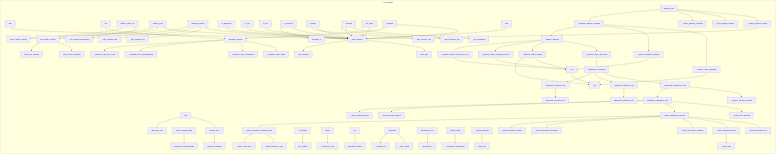
Before: project/calls.png, a diagram exported from Mermaid (pyfunc/taskfile). Its source is kept beside it as project/calls.mmd.
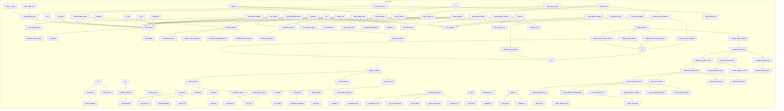
The same file after the commit.

What changed in the source:
```diff
@@ -1,100 +1,142 @@
 flowchart LR
     subgraph src_taskfile
+        src__taskfile__compose__resolve_dict["resolve_dict"]
+        src__taskfile__cli__fleet__fleet_status_cmd["fleet_status_cmd"]
+        src__taskfile__fleet__load_fleet["load_fleet"]
+        src__taskfile__cli__release___get_current_tag["_get_current_tag"]
+        src__taskfile__cli__main__list_tasks["list_tasks"]
+        src__taskfile__quadlet___parse_port["_parse_port"]
+        src___select_deploy_strategy["_select_deploy_strategy"]
         src__taskfile__quadlet___build_container_ports["_build_container_ports"]
-        src___quadlet_step4_restart_and_cleanup["_quadlet_step4_restart_and_cle"]
-        src__taskfile__quadlet___build_container_section["_build_container_section"]
-        src__taskfile__quadlet__generate_container_unit["generate_container_unit"]
-        src__taskfile__runner__TaskfileRunner__run["run"]
+        src__taskfile__cli__auth__auth_setup["auth_setup"]
+        src__taskfile__cli__release___confirm_release["_confirm_release"]
+        src__taskfile__parser__find_taskfile["find_taskfile"]
         src__taskfile__landing__generate_landing_page["generate_landing_page"]
-        src__taskfile__quadlet___build_container_networks["_build_container_networks"]
-        src__generate["generate"]
-        src__taskfile__cli__main__list_tasks["list_tasks"]
-        src__taskfile__runner__TaskfileRunner____init__["__init__"]
-        src__taskfile__compose__load_env_file["load_env_file"]
-        src___parse_pipeline["_parse_pipeline"]
-        src__taskfile__quadlet___build_container_volumes["_build_container_volumes"]
-        src__taskfile__compose__ComposeFile____init__["__init__"]
-        src__taskfile__cli__setup___write_env_files["_write_env_files"]
-        src__taskfile__parser___validate_tasks_exist["_validate_tasks_exist"]
-        src__taskfile__quadlet___parse_port["_parse_port"]
-        src__taskfile__health__check_http_endpoint["check_http_endpoint"]
-        src__generate["generate"]
-        src__taskfile__cigen__generate_all_ci["generate_all_ci"]
-        src__taskfile__parser___validate_task_env_filter["_validate_task_env_filter"]
-        src__taskfile__cigen__base___sanitize_id["_sanitize_id"]
-        src___quadlet_step3_reload_and_pull["_quadlet_step3_reload_and_pull"]
-        src__taskfile__quadlet___generate_container_files["_generate_container_files"]
-        src__taskfile__cigen__generate_ci["generate_ci"]
-        src__taskfile__scaffold__generate_taskfile["generate_taskfile"]
-        src__taskfile__cli__release___get_previous_tag["_get_previous_tag"]
-        src__taskfile__cli__quadlet__quadlet_upload["quadlet_upload"]
-        src__taskfile__health__check_ssh_service["check_ssh_service"]
-        src__taskfile__quadlet__generate_network_unit["generate_network_unit"]
-        src__taskfile__cli__deploy___deploy_quadlet["_deploy_quadlet"]
-        src__taskfile__compose__resolve_dict["resolve_dict"]
-        src__taskfile__cli__quadlet___run_upload_commands["_run_upload_commands"]
-        src__taskfile__cli__release___get_current_tag["_get_current_tag"]
-        src__generate["generate"]
-        src__taskfile__cli__deploy___run["_run"]
-        src__taskfile__cli__deploy___print_deploy_header["_print_deploy_header"]
-        src__taskfile__compose__resolve_variables["resolve_variables"]
-        src___execute_deploy_strategy["_execute_deploy_strategy"]
-        src__taskfile__cigen__preview_ci["preview_ci"]
-        src__taskfile__quadlet___build_install_section["_build_install_section"]
-        src__taskfile__quadlet__compose_to_quadlet["compose_to_quadlet"]
-        src__taskfile__cigen__list_targets["list_targets"]
-        src__taskfile__quadlet___build_unit_section["_build_unit_section"]
-        src__taskfile__cli__release__release["release"]
-        src__taskfile__quadlet___build_container_labels["_build_container_labels"]
-        src__taskfile__models___normalize_commands["_normalize_commands"]
-        src__taskfile__cli__ci__ci_generate["ci_generate"]
-        src__taskfile__quadlet___build_container_env["_build_container_env"]
-        src__taskfile__cli__setup__setup["setup"]
-        src__generate["generate"]
+        src__taskfile__cli__main___group_rolling["_group_rolling"]
+        src__taskfile__quadlet___parse_cpus_limit["_parse_cpus_limit"]
+        src__taskfile__fleet___deploy_canary["_deploy_canary"]
+        src__taskfile__cli__main___run_env_group["_run_env_group"]
+        src__taskfile__cli__fleet__fleet_repair_cmd["fleet_repair_cmd"]
         src__taskfile__cli__deploy___resolve_deploy_config["_resolve_deploy_config"]
         src__taskfile__quadlet___collect_named_volumes["_collect_named_volumes"]
+        src__taskfile__cli__main__init["init"]
+        src__taskfile__fleet___ping_device["_ping_device"]
+        src___quadlet_step4_restart_and_cleanup["_quadlet_step4_restart_and_cle"]
+        src__taskfile__models__TaskfileConfig__from_dict["from_dict"]
+        src__taskfile__quadlet___build_service_section["_build_service_section"]
+        src___resolve_release_config["_resolve_release_config"]
+        src__taskfile__cigen__generate_all_ci["generate_all_ci"]
+        src__generate["generate"]
+        src__taskfile__health__health_check_all["health_check_all"]
+        src__taskfile__cli__release___step_deploy_web["_step_deploy_web"]
+        src__taskfile__cli__setup__setup["setup"]
+        src__taskfile__quadlet__generate_network_unit["generate_network_unit"]
+        src__taskfile__health__check_ssh_service["check_ssh_service"]
+        src___build_container_podman_args["_build_container_podman_args"]
+        src__taskfile__fleet__deploy_to_device["deploy_to_device"]
+        src__taskfile__cli__deploy___ssh["_ssh"]
+        src__taskfile__compose__ComposeFile____init__["__init__"]
+        src__taskfile__cli__auth___write_env_var["_write_env_var"]
+        src__taskfile__scaffold___load_template["_load_template"]
+        src__taskfile__cli__quadlet__quadlet_upload["quadlet_upload"]
+        src__taskfile__cli__setup___build_config_from_args["_build_config_from_args"]
+        src__taskfile__fleet__deploy_to_group["deploy_to_group"]
+        src__taskfile__quadlet___build_install_section["_build_install_section"]
+        src__taskfile__cli__health__health_cmd["health_cmd"]
+        src__taskfile__health__print_health_report["print_health_report"]
+        src___execute_deploy_strategy["_execute_deploy_strategy"]
+        src__taskfile__cli__release__release["release"]
+        src__taskfile__cli__release___run_command["_run_command"]
+        src__taskfile__cli__release__rollback["rollback"]
+        src__taskfile__quadlet___build_container_env["_build_container_env"]
+        src__taskfile__quadlet__generate_container_unit["generate_container_unit"]
+        src__taskfile__quadlet___generate_container_files["_generate_container_files"]
+        src__taskfile__fleet___ssh_cmd["_ssh_cmd"]
+        src__taskfile__quadlet__compose_to_quadlet["compose_to_quadlet"]
+        src__taskfile__cli__deploy___deploy_remote_compose["_deploy_remote_compose"]
+        src__taskfile__cigen__base___yaml_dump["_yaml_dump"]
+        src__taskfile__cli__deploy___print_deploy_header["_print_deploy_header"]
+        src__taskfile__cli__auth___ensure_gitignore["_ensure_gitignore"]
+        src__taskfile__cli__main__validate["validate"]
+        src__taskfile__models__PipelineConfig__from_dict["from_dict"]
+        src__taskfile__quadlet___build_unit_section["_build_unit_section"]
+        src__taskfile__cli__release___step_health_check["_step_health_check"]
+        src__taskfile__fleet__check_device_status["check_device_status"]
+        src__taskfile__quadlet___build_container_networks["_build_container_networks"]
+        src__taskfile__cli__setup___execute_setup_steps["_execute_setup_steps"]
+        src__taskfile__runner__TaskfileRunner__run["run"]
+        src__taskfile__cli__release___step_build_desktop["_step_build_desktop"]
+        src__taskfile__cli__auth___check_tool["_check_tool"]
+        src__taskfile__cli__ci__ci_preview["ci_preview"]
+        src__taskfile__cli__fleet___get_remote_envs["_get_remote_envs"]
+        src__taskfile__cli__main__run["run"]
+        src__taskfile__cli__fleet__fleet_list_cmd["fleet_list_cmd"]
+        src___parse_pipeline["_parse_pipeline"]
+        src__taskfile__cli__deploy___quadlet_step2_upload["_quadlet_step2_upload"]
+        src__taskfile__cli__fleet___load_config_or_exit["_load_config_or_exit"]
+        src___init_config["_init_config"]
+        src__taskfile__cli__ci__ci_list["ci_list"]
+        src__taskfile__scaffold__generate_taskfile["generate_taskfile"]
+        src__taskfile__health__check_http_endpoint["check_http_endpoint"]
+        src__taskfile__quadlet___generate_network_file["_generate_network_file"]
+        src__taskfile__cli__setup___validate_ssh_key["_validate_ssh_key"]
+        src__taskfile__cli__deploy__deploy_cmd["deploy_cmd"]
+        src__taskfile__cli__main__info["info"]
+        src__taskfile__cli__setup___test_ssh_connection["_test_ssh_connection"]
+        src__taskfile__cli__deploy___deploy_quadlet["_deploy_quadlet"]
+        src__taskfile__cli__ci__ci_generate["ci_generate"]
+        src__taskfile__quadlet___generate_volume_files["_generate_volume_files"]
+        src__taskfile__cli__setup___is_vps_ready["_is_vps_ready"]
+        src__taskfile__fleet__FleetConfig__from_dict["from_dict"]
+        src__taskfile__models___normalize_commands["_normalize_commands"]
+        src__taskfile__cli__release___step_deploy_landing["_step_deploy_landing"]
+        src__taskfile__quadlet___build_container_volumes["_build_container_volumes"]
+        src__taskfile__parser__validate_taskfile["validate_taskfile"]
+        src__taskfile__cli__quadlet___get_upload_files["_get_upload_files"]
+        src__taskfile__quadlet___build_container_labels["_build_container_labels"]
+        src__taskfile__parser___validate_tasks_exist["_validate_tasks_exist"]
+        src__taskfile__health__run_health_checks["run_health_checks"]
+        src__generate["generate"]
+        src__taskfile__cigen__generate_ci["generate_ci"]
+        src__taskfile__quadlet___build_container_section["_build_container_section"]
+        src__taskfile__cli__setup___parse_ports["_parse_ports"]
+        src__taskfile__parser___validate_task_env_filter["_validate_task_env_filter"]
+        src__taskfile__fleet___deploy_rolling["_deploy_rolling"]
+        src__taskfile__cli__release___get_previous_tag["_get_previous_tag"]
+        src__taskfile__compose__load_env_file["load_env_file"]
+        src__taskfile__cli__deploy___run["_run"]
+        src__taskfile__cigen__list_targets["list_targets"]
+        src__taskfile__quadlet___parse_memory_limit["_parse_memory_limit"]
+        src__taskfile__parser__load_taskfile["load_taskfile"]
+        src___quadlet_step1_generate["_quadlet_step1_generate"]
+        src__taskfile__cli__auth___read_env_file["_read_env_file"]
+        src__taskfile__cli__setup___provision_ssh_key["_provision_ssh_key"]
+        src__taskfile__cli__quadlet___get_upload_env["_get_upload_env"]
+        src__taskfile__cli__auth__auth_verify["auth_verify"]
+        src__taskfile__cli__setup___deploy_application["_deploy_application"]
         src__taskfile__parser___validate_task_dependencies["_validate_task_dependencies"]
-        src__taskfile__cli__deploy___ssh["_ssh"]
-        src__taskfile__cli__deploy___deploy_remote_compose["_deploy_remote_compose"]
-        src___quadlet_step1_generate["_quadlet_step1_generate"]
-        src__taskfile__cigen__base___yaml_dump["_yaml_dump"]
-        src__taskfile__models__PipelineConfig__from_dict["from_dict"]
-        src__taskfile__cli__quadlet___get_upload_files["_get_upload_files"]
-        src__taskfile__health__health_check_all["health_check_all"]
-        src__taskfile__quadlet___build_service_section["_build_service_section"]
-        src__taskfile__cli__main__init["init"]
-        src___select_deploy_strategy["_select_deploy_strategy"]
-        src__taskfile__quadlet___parse_memory_limit["_parse_memory_limit"]
-        src__taskfile__quadlet___parse_cpus_limit["_parse_cpus_limit"]
+        src__taskfile__cli__quadlet___run_upload_commands["_run_upload_commands"]
+        src__taskfile__parser___validate_task_commands["_validate_task_commands"]
+        src__taskfile__cli__release___show_release_plan["_show_release_plan"]
+        src__taskfile__cli__ci__ci_targets["ci_targets"]
+        src___quadlet_step3_reload_and_pull["_quadlet_step3_reload_and_pull"]
+        src__taskfile__cigen__base___sanitize_id["_sanitize_id"]
         src__taskfile__cli__ci__ci_run["ci_run"]
-        src__taskfile__cli__health__health_cmd["health_cmd"]
-        src__taskfile__cli__quadlet___get_upload_env["_get_upload_env"]
-        src__taskfile__health__print_health_report["print_health_report"]
-        src__taskfile__cli__deploy__deploy_cmd["deploy_cmd"]
-        src__taskfile__parser__load_taskfile["load_taskfile"]
-        src__taskfile__cli__main__info["info"]
-        src__taskfile__cli__release___run_command["_run_command"]
-        src__taskfile__models__TaskfileConfig__from_dict["from_dict"]
-        src__taskfile__cli__ci__ci_preview["ci_preview"]
-        src__taskfile__quadlet___generate_volume_files["_generate_volume_files"]
-        src__taskfile__parser__validate_taskfile["validate_taskfile"]
-        src__taskfile__cli__ci__ci_list["ci_list"]
+        src__taskfile__cli__setup___provision_vps["_provision_vps"]
+        src__generate["generate"]
+        src__generate["generate"]
         src__taskfile__landing__build_landing_page["build_landing_page"]
-        src__taskfile__cli__main__validate["validate"]
-        src___build_container_podman_args["_build_container_podman_args"]
+        src__taskfile__quadlet__generate_volume_unit["generate_volume_unit"]
+        src__taskfile__cigen__preview_ci["preview_ci"]
         src__taskfile__cli__deploy___deploy_local_compose["_deploy_local_compose"]
-        src__taskfile__quadlet__generate_volume_unit["generate_volume_unit"]
-        src__taskfile__quadlet___generate_network_file["_generate_network_file"]
-        src__taskfile__cli__release__rollback["rollback"]
-        src__taskfile__parser___validate_task_commands["_validate_task_commands"]
-        src__taskfile__cli__deploy___quadlet_step2_upload["_quadlet_step2_upload"]
+        src__taskfile__fleet___deploy_parallel["_deploy_parallel"]
+        src__taskfile__cli__setup___validate_ip["_validate_ip"]
+        src__taskfile__cli__release___step_upload_releases["_step_upload_releases"]
+        src__taskfile__compose__resolve_variables["resolve_variables"]
         src___parse_tasks["_parse_tasks"]
-        src__taskfile__cli__ci__ci_targets["ci_targets"]
-        src__taskfile__parser__find_taskfile["find_taskfile"]
-        src__taskfile__health__run_health_checks["run_health_checks"]
     end
     src__taskfile__landing__build_landing_page --> src__taskfile__landing__generate_landing_page
-    src__taskfile__runner__TaskfileRunner____init__ --> src__taskfile__parser__load_taskfile
+    src___init_config --> src__taskfile__parser__load_taskfile
     src__taskfile__runner__TaskfileRunner__run --> src__taskfile__parser__validate_taskfile
     src__taskfile__parser__load_taskfile --> src__taskfile__models__TaskfileConfig__from_dict
     src__taskfile__parser__load_taskfile --> src__taskfile__parser__find_taskfile
@@ -109,6 +151,20 @@
     src__taskfile__health__run_health_checks --> src__taskfile__health__check_ssh_service
     src__taskfile__health__health_check_all --> src__taskfile__health__run_health_checks
     src__taskfile__health__health_check_all --> src__taskfile__health__print_health_report
+    src__taskfile__scaffold__generate_taskfile --> src__taskfile__scaffold___load_template
+    src__taskfile__cli__auth___write_env_var --> src__taskfile__cli__auth___read_env_file
+    src__taskfile__cli__auth__auth_setup --> src__taskfile__cli__auth___ensure_gitignore
+    src__taskfile__cli__auth__auth_verify --> src__taskfile__cli__auth___read_env_file
+    src__taskfile__cli__auth__auth_verify --> src__taskfile__cli__auth___check_tool
+    src__taskfile__fleet__load_fleet --> src__taskfile__fleet__FleetConfig__from_dict
+    src__taskfile__fleet__check_device_status --> src__taskfile__fleet___ping_device
+    src__taskfile__fleet__check_device_status --> src__taskfile__fleet___ssh_cmd
+    src__taskfile__fleet__deploy_to_device --> src__taskfile__fleet___ssh_cmd
+    src__taskfile__fleet__deploy_to_group --> src__taskfile__fleet___deploy_rolling
+    src__taskfile__fleet__deploy_to_group --> src__taskfile__fleet___deploy_canary
+    src__taskfile__fleet__deploy_to_group --> src__taskfile__fleet___deploy_parallel
+    src__taskfile__fleet___deploy_rolling --> src__taskfile__fleet__deploy_to_device
+    src__taskfile__fleet___deploy_canary --> src__taskfile__fleet__deploy_to_device
     src__taskfile__cli__health__health_cmd --> src__taskfile__parser__load_taskfile
     src__taskfile__cli__health__health_cmd --> src__taskfile__health__run_health_checks
     src__taskfile__cli__health__health_cmd --> src__taskfile__health__print_health_report
@@ -122,17 +178,30 @@
     src__taskfile__cli__ci__ci_preview --> src__taskfile__parser__load_taskfile
     src__taskfile__cli__ci__ci_preview --> src__taskfile__cigen__preview_ci
     src__taskfile__cli__ci__ci_targets --> src__taskfile__cigen__list_targets
-    src__taskfile__cli__release__release --> src__taskfile__parser__load_taskfile
-    src__taskfile__cli__release__release --> src__taskfile__cli__release___get_current_tag
+    src___parse_tasks --> src__taskfile__models___normalize_commands
+    src___parse_pipeline --> src__taskfile__models__PipelineConfig__from_dict
+    src__taskfile__cli__setup___build_config_from_args --> src__taskfile__cli__setup___validate_ip
+    src__taskfile__cli__setup___build_config_from_args --> src__taskfile__cli__setup___validate_ssh_key
+    src__taskfile__cli__setup___execute_setup_steps --> src__taskfile__cli__setup___provision_ssh_key
+    src__taskfile__cli__setup___execute_setup_steps --> src__taskfile__cli__setup___test_ssh_connection
+    src__taskfile__cli__setup___execute_setup_steps --> src__taskfile__cli__setup___is_vps_ready
+    src__taskfile__cli__setup___execute_setup_steps --> src__taskfile__cli__setup___deploy_application
+    src__taskfile__cli__setup___execute_setup_steps --> src__taskfile__cli__setup___provision_vps
+    src__taskfile__cli__setup__setup --> src__taskfile__cli__setup___parse_ports
+    src___resolve_release_config --> src__taskfile__parser__load_taskfile
+    src___resolve_release_config --> src__taskfile__cli__release___get_current_tag
+    src__taskfile__cli__release___step_build_desktop --> src__taskfile__cli__release___run_command
+    src__taskfile__cli__release___step_deploy_web --> src__taskfile__cli__release___run_command
+    src__taskfile__cli__release___step_upload_releases --> src__taskfile__cli__release___run_command
+    src__taskfile__cli__release___step_deploy_landing --> src__taskfile__landing__build_landing_page
+    src__taskfile__cli__release___step_deploy_landing --> src__taskfile__cli__release___run_command
+    src__taskfile__cli__release___step_health_check --> src__taskfile__health__health_check_all
+    src__taskfile__cli__release__release --> src___resolve_release_config
+    src__taskfile__cli__release__release --> src__taskfile__cli__release___show_release_plan
+    src__taskfile__cli__release__release --> src__taskfile__cli__release___confirm_release
     src__taskfile__cli__release__rollback --> src__taskfile__cli__release___run_command
     src__taskfile__cli__release__rollback --> src__taskfile__parser__load_taskfile
     src__taskfile__cli__release__rollback --> src__taskfile__cli__release___get_previous_tag
-    src__taskfile__cli__setup__setup --> src__taskfile__cli__setup___write_env_files
-    src__taskfile__cli__main__list_tasks --> src__taskfile__parser__load_taskfile
-    src__taskfile__cli__main__init --> src__taskfile__scaffold__generate_taskfile
-    src__taskfile__cli__main__validate --> src__taskfile__parser__load_taskfile
-    src__taskfile__cli__main__validate --> src__taskfile__parser__validate_taskfile
-    src__taskfile__cli__main__info --> src__taskfile__parser__load_taskfile
     src__taskfile__cli__deploy___ssh --> src__taskfile__cli__deploy___run
     src__taskfile__cli__deploy___deploy_local_compose --> src__taskfile__cli__deploy___run
     src__taskfile__cli__deploy___deploy_remote_compose --> src__taskfile__cli__deploy___ssh
@@ -153,11 +222,22 @@
     src__taskfile__cli__deploy__deploy_cmd --> src__taskfile__cli__deploy___print_deploy_header
     src__taskfile__cli__deploy__deploy_cmd --> src___select_deploy_strategy
     src__taskfile__cli__deploy__deploy_cmd --> src___execute_deploy_strategy
+    src__taskfile__cli__main___run_env_group --> src__taskfile__parser__load_taskfile
+    src__taskfile__cli__main___run_env_group --> src__taskfile__cli__main___group_rolling
+    src__taskfile__cli__main__run --> src__taskfile__cli__main___run_env_group
+    src__taskfile__cli__main__list_tasks --> src__taskfile__parser__load_taskfile
+    src__taskfile__cli__main__init --> src__taskfile__scaffold__generate_taskfile
+    src__taskfile__cli__main__validate --> src__taskfile__parser__load_taskfile
+    src__taskfile__cli__main__validate --> src__taskfile__parser__validate_taskfile
+    src__taskfile__cli__main__info --> src__taskfile__parser__load_taskfile
+    src__taskfile__cli__fleet___load_config_or_exit --> src__taskfile__parser__load_taskfile
+    src__taskfile__cli__fleet__fleet_status_cmd --> src__taskfile__cli__fleet___load_config_or_exit
+    src__taskfile__cli__fleet__fleet_status_cmd --> src__taskfile__cli__fleet___get_remote_envs
+    src__taskfile__cli__fleet__fleet_repair_cmd --> src__taskfile__cli__fleet___load_config_or_exit
+    src__taskfile__cli__fleet__fleet_list_cmd --> src__taskfile__cli__fleet___load_config_or_exit
+    src__taskfile__cigen__generate_all_ci --> src__taskfile__cigen__generate_ci
     src__generate --> src__taskfile__cigen__base___yaml_dump
     src__generate --> src__taskfile__cigen__base___sanitize_id
-    src__taskfile__cigen__generate_all_ci --> src__taskfile__cigen__generate_ci
-    src___parse_tasks --> src__taskfile__models___normalize_commands
-    src___parse_pipeline --> src__taskfile__models__PipelineConfig__from_dict
     src__taskfile__quadlet___build_container_ports --> src__taskfile__quadlet___parse_port
     src___build_container_podman_args --> src__taskfile__quadlet___parse_memory_limit
     src___build_container_podman_args --> src__taskfile__quadlet___parse_cpus_limit
```
